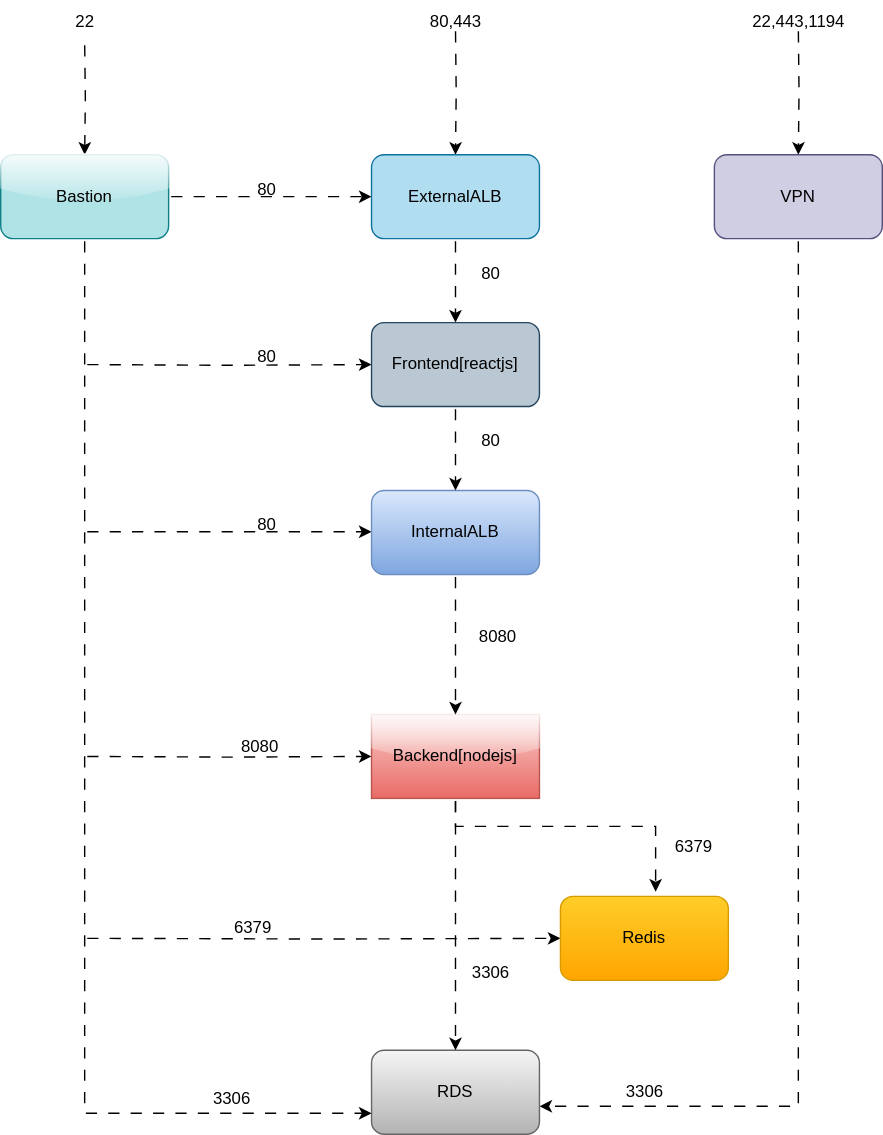
Earlier version of the draw.io export sg-rules.drawio.svg (konka-devops-lab/aws-3tier-infra). Source tidied: cells renumbered, new cells last; positions are measured from the earlier drawing's top-left corner, leaving out a move shared by most shapes.
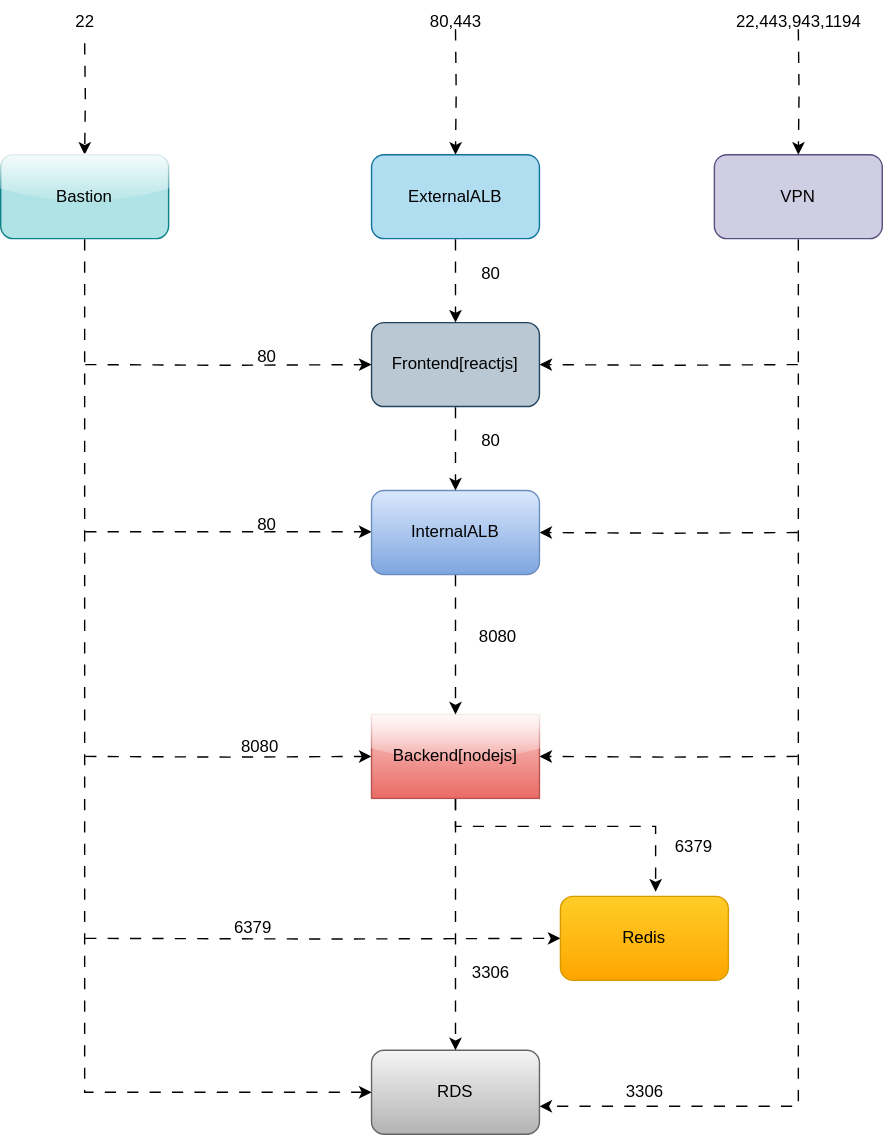
The same file after the commit.

Change to the diagram source:
```diff
@@ -12,11 +12,11 @@
     <mxCell id="3" value="RDS" style="rounded=1;whiteSpace=wrap;html=1;fillColor=#f5f5f5;gradientColor=#b3b3b3;strokeColor=#666666;" parent="1" vertex="1">
       <mxGeometry x="265" y="750" width="120" height="60" as="geometry" />
     </mxCell>
-    <mxCell id="4" style="edgeStyle=orthogonalEdgeStyle;rounded=0;jettySize=auto;html=1;flowAnimation=1;" parent="1" edge="1" target="5">
-      <mxGeometry relative="1" as="geometry">
-        <mxPoint x="60" y="670" as="sourcePoint" />
-      </mxGeometry>
-    </mxCell>
+    <mxCell id="40" style="edgeStyle=orthogonalEdgeStyle;rounded=0;jettySize=auto;html=1;flowAnimation=1;" parent="1" edge="1" target="5">
+      <mxGeometry relative="1" as="geometry">
+        <mxPoint x="60" y="670" as="sourcePoint" />
+      </mxGeometry>
+    </mxCell>
     <mxCell id="5" value="Redis" style="rounded=1;whiteSpace=wrap;html=1;fillColor=#ffcd28;gradientColor=#ffa500;strokeColor=#d79b00;" parent="1" vertex="1">
       <mxGeometry x="400" y="640" width="120" height="60" as="geometry" />
     </mxCell>
@@ -28,6 +28,11 @@
         <mxPoint x="60" y="540" as="sourcePoint" />
       </mxGeometry>
     </mxCell>
+    <mxCell id="41" style="edgeStyle=orthogonalEdgeStyle;rounded=0;jettySize=auto;html=1;flowAnimation=1;" parent="1" edge="1" target="8">
+      <mxGeometry relative="1" as="geometry">
+        <mxPoint x="570" y="540" as="sourcePoint" />
+      </mxGeometry>
+    </mxCell>
     <mxCell id="8" value="Backend[nodejs]" style="rounded=0;whiteSpace=wrap;html=1;fillColor=#f8cecc;glass=1;gradientColor=#ea6b66;strokeColor=#b85450;" parent="1" vertex="1">
       <mxGeometry x="265" y="510" width="120" height="60" as="geometry" />
     </mxCell>
@@ -40,6 +45,11 @@
         <mxPoint x="265" y="379.5" as="targetPoint" />
       </mxGeometry>
     </mxCell>
+    <mxCell id="42" style="edgeStyle=orthogonalEdgeStyle;rounded=0;jettySize=auto;html=1;flowAnimation=1;" parent="1" edge="1" target="11">
+      <mxGeometry relative="1" as="geometry">
+        <mxPoint x="570" y="380" as="sourcePoint" />
+      </mxGeometry>
+    </mxCell>
     <mxCell id="11" value="InternalALB" style="rounded=1;whiteSpace=wrap;html=1;fillColor=#dae8fc;gradientColor=#7ea6e0;strokeColor=#6c8ebf;" parent="1" vertex="1">
       <mxGeometry x="265" y="350" width="120" height="60" as="geometry" />
     </mxCell>
@@ -62,6 +72,11 @@
         <mxPoint x="60" y="260" as="sourcePoint" />
       </mxGeometry>
     </mxCell>
+    <mxCell id="43" style="edgeStyle=orthogonalEdgeStyle;rounded=0;jettySize=auto;html=1;flowAnimation=1;" parent="1" edge="1" target="17">
+      <mxGeometry relative="1" as="geometry">
+        <mxPoint x="570" y="260" as="sourcePoint" />
+      </mxGeometry>
+    </mxCell>
     <mxCell id="17" value="Frontend[reactjs]" style="rounded=1;whiteSpace=wrap;html=1;fillColor=#bac8d3;strokeColor=#23445d;" parent="1" vertex="1">
       <mxGeometry x="265" y="230" width="120" height="60" as="geometry" />
     </mxCell>
@@ -88,21 +103,18 @@
     <mxCell id="23" value="3306" style="text;html=1;align=center;verticalAlign=middle;strokeColor=none;fillColor=none;" parent="1" vertex="1">
       <mxGeometry x="325" y="680" width="50" height="30" as="geometry" />
     </mxCell>
-    <mxCell id="24" style="edgeStyle=orthogonalEdgeStyle;rounded=0;jettySize=auto;html=1;entryX=0;entryY=0.5;entryDx=0;entryDy=0;flowAnimation=1;" parent="1" edge="1" source="27" target="14">
-      <mxGeometry relative="1" as="geometry" />
-    </mxCell>
+    <mxCell id="26" style="edgeStyle=orthogonalEdgeStyle;rounded=0;jettySize=auto;html=1;flowAnimation=1;" parent="1" edge="1" target="27">
+      <mxGeometry relative="1" as="geometry">
+        <mxPoint x="60" y="30" as="sourcePoint" />
+      </mxGeometry>
+    </mxCell>
-    <mxCell id="25" style="edgeStyle=orthogonalEdgeStyle;rounded=0;jettySize=auto;html=1;entryX=0;entryY=0.75;entryDx=0;entryDy=0;flowAnimation=1;" parent="1" edge="1" source="27" target="3">
+    <mxCell id="25" style="edgeStyle=orthogonalEdgeStyle;rounded=0;jettySize=auto;html=1;entryX=0;entryY=0.5;entryDx=0;entryDy=0;flowAnimation=1;" parent="1" edge="1" source="27" target="3">
       <mxGeometry relative="1" as="geometry">
         <Array as="points">
-          <mxPoint x="60" y="795" />
+          <mxPoint x="60" y="780" />
         </Array>
       </mxGeometry>
     </mxCell>
-    <mxCell id="26" style="edgeStyle=orthogonalEdgeStyle;rounded=0;jettySize=auto;html=1;flowAnimation=1;" parent="1" edge="1" target="27">
-      <mxGeometry relative="1" as="geometry">
-        <mxPoint x="60" y="30" as="sourcePoint" />
-      </mxGeometry>
-    </mxCell>
     <mxCell id="27" value="Bastion" style="rounded=1;whiteSpace=wrap;html=1;fillColor=#b0e3e6;glass=1;strokeColor=#0e8088;" parent="1" vertex="1">
       <mxGeometry y="110" width="120" height="60" as="geometry" />
     </mxCell>
@@ -114,12 +126,6 @@
     <mxCell id="29" value="VPN" style="rounded=1;whiteSpace=wrap;html=1;fillColor=#d0cee2;strokeColor=#56517e;" parent="1" vertex="1">
       <mxGeometry x="510" y="110" width="120" height="60" as="geometry" />
     </mxCell>
-    <mxCell id="30" value="80" style="text;html=1;align=center;verticalAlign=middle;strokeColor=none;fillColor=none;" parent="1" vertex="1">
-      <mxGeometry x="170" y="120" width="40" height="30" as="geometry" />
-    </mxCell>
-    <mxCell id="31" value="3306" style="text;html=1;align=center;verticalAlign=middle;strokeColor=none;fillColor=none;" parent="1" vertex="1">
-      <mxGeometry x="140" y="770" width="50" height="30" as="geometry" />
-    </mxCell>
     <mxCell id="32" value="80" style="text;html=1;align=center;verticalAlign=middle;strokeColor=none;fillColor=none;" parent="1" vertex="1">
       <mxGeometry x="170" y="240" width="40" height="30" as="geometry" />
     </mxCell>
@@ -135,8 +141,8 @@
     <mxCell id="36" value="22" style="text;html=1;align=center;verticalAlign=middle;strokeColor=none;fillColor=none;" parent="1" vertex="1">
       <mxGeometry x="40" width="40" height="30" as="geometry" />
     </mxCell>
-    <mxCell id="37" value="22,443,1194" style="text;html=1;align=center;verticalAlign=middle;strokeColor=none;fillColor=none;" parent="1" vertex="1">
-      <mxGeometry x="525" width="90" height="30" as="geometry" />
+    <mxCell id="37" value="22,443,943,1194" style="text;html=1;align=center;verticalAlign=middle;strokeColor=none;fillColor=none;" parent="1" vertex="1">
+      <mxGeometry x="515" width="110" height="30" as="geometry" />
     </mxCell>
     <mxCell id="38" value="3306" style="text;html=1;align=center;verticalAlign=middle;strokeColor=none;fillColor=none;" parent="1" vertex="1">
       <mxGeometry x="435" y="765" width="50" height="30" as="geometry" />
```
